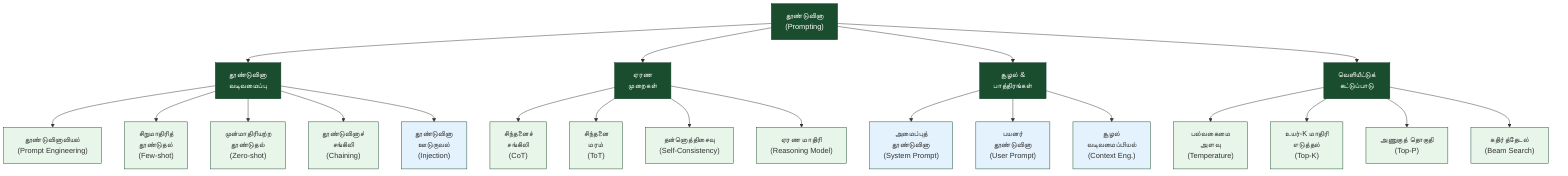
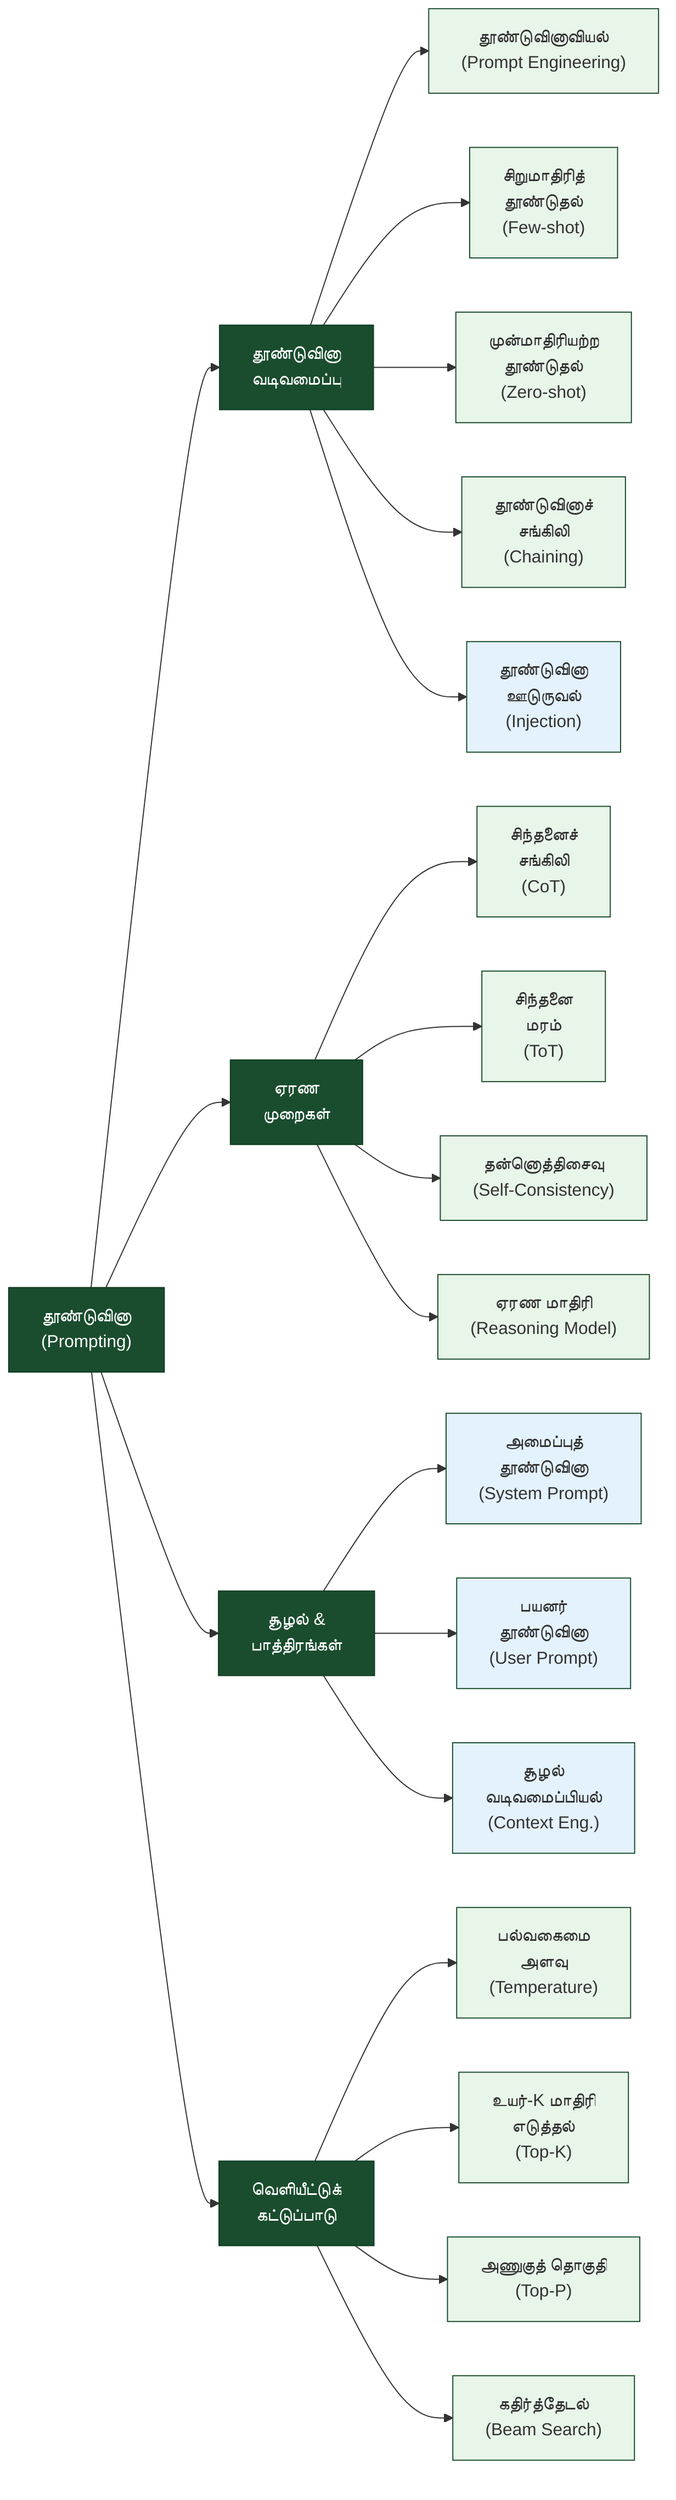
- flowchart TB
+ flowchart LR
    PROMPT["தூண்டுவினா<br/>(Prompting)"] --> DESIGN["தூண்டுவினா<br/>வடிவமைப்பு"]
    PROMPT --> REASON["ஏரண<br/>முறைகள்"]
    PROMPT --> CONTEXT["சூழல் &<br/>பாத்திரங்கள்"]
    PROMPT --> OUTPUT["வெளியீட்டுக்<br/>கட்டுப்பாடு"]

    DESIGN --> PE["தூண்டுவினாவியல்<br/>(Prompt Engineering)"]
    DESIGN --> FS["சிறுமாதிரித்<br/>தூண்டுதல்<br/>(Few-shot)"]
    DESIGN --> ZS["முன்மாதிரியற்ற<br/>தூண்டுதல்<br/>(Zero-shot)"]
    DESIGN --> PC["தூண்டுவினாச்<br/>சங்கிலி<br/>(Chaining)"]
    DESIGN --> PI["தூண்டுவினா<br/>ஊடுருவல்<br/>(Injection)"]

    REASON --> COT["சிந்தனைச்<br/>சங்கிலி<br/>(CoT)"]
    REASON --> TOT["சிந்தனை<br/>மரம்<br/>(ToT)"]
    REASON --> SC["தன்னொத்திசைவு<br/>(Self-Consistency)"]
    REASON --> RM["ஏரண மாதிரி<br/>(Reasoning Model)"]

    CONTEXT --> SP["அமைப்புத்<br/>தூண்டுவினா<br/>(System Prompt)"]
    CONTEXT --> UP["பயனர்<br/>தூண்டுவினா<br/>(User Prompt)"]
    CONTEXT --> CE["சூழல்<br/>வடிவமைப்பியல்<br/>(Context Eng.)"]

    OUTPUT --> TEMP["பல்வகைமை<br/>அளவு<br/>(Temperature)"]
    OUTPUT --> TOPK["உயர்-K மாதிரி<br/>எடுத்தல்<br/>(Top-K)"]
    OUTPUT --> TOPP["அணுகுத் தொகுதி<br/>(Top-P)"]
    OUTPUT --> BEAM["கதிர்த்தேடல்<br/>(Beam Search)"]

    style PROMPT fill:#1a4d2e,stroke:#0d3a1f,color:#fff
    style DESIGN fill:#1a4d2e,stroke:#0d3a1f,color:#fff
    style REASON fill:#1a4d2e,stroke:#0d3a1f,color:#fff
    style CONTEXT fill:#1a4d2e,stroke:#0d3a1f,color:#fff
    style OUTPUT fill:#1a4d2e,stroke:#0d3a1f,color:#fff
    style PE fill:#e8f5e9,stroke:#1a4d2e
    style FS fill:#e8f5e9,stroke:#1a4d2e
    style ZS fill:#e8f5e9,stroke:#1a4d2e
    style PC fill:#e8f5e9,stroke:#1a4d2e
    style PI fill:#e3f2fd,stroke:#1a4d2e
    style COT fill:#e8f5e9,stroke:#1a4d2e
    style TOT fill:#e8f5e9,stroke:#1a4d2e
    style SC fill:#e8f5e9,stroke:#1a4d2e
    style RM fill:#e8f5e9,stroke:#1a4d2e
    style SP fill:#e3f2fd,stroke:#1a4d2e
    style UP fill:#e3f2fd,stroke:#1a4d2e
    style CE fill:#e3f2fd,stroke:#1a4d2e
    style TEMP fill:#e8f5e9,stroke:#1a4d2e
    style TOPK fill:#e8f5e9,stroke:#1a4d2e
    style TOPP fill:#e8f5e9,stroke:#1a4d2e
    style BEAM fill:#e8f5e9,stroke:#1a4d2e
